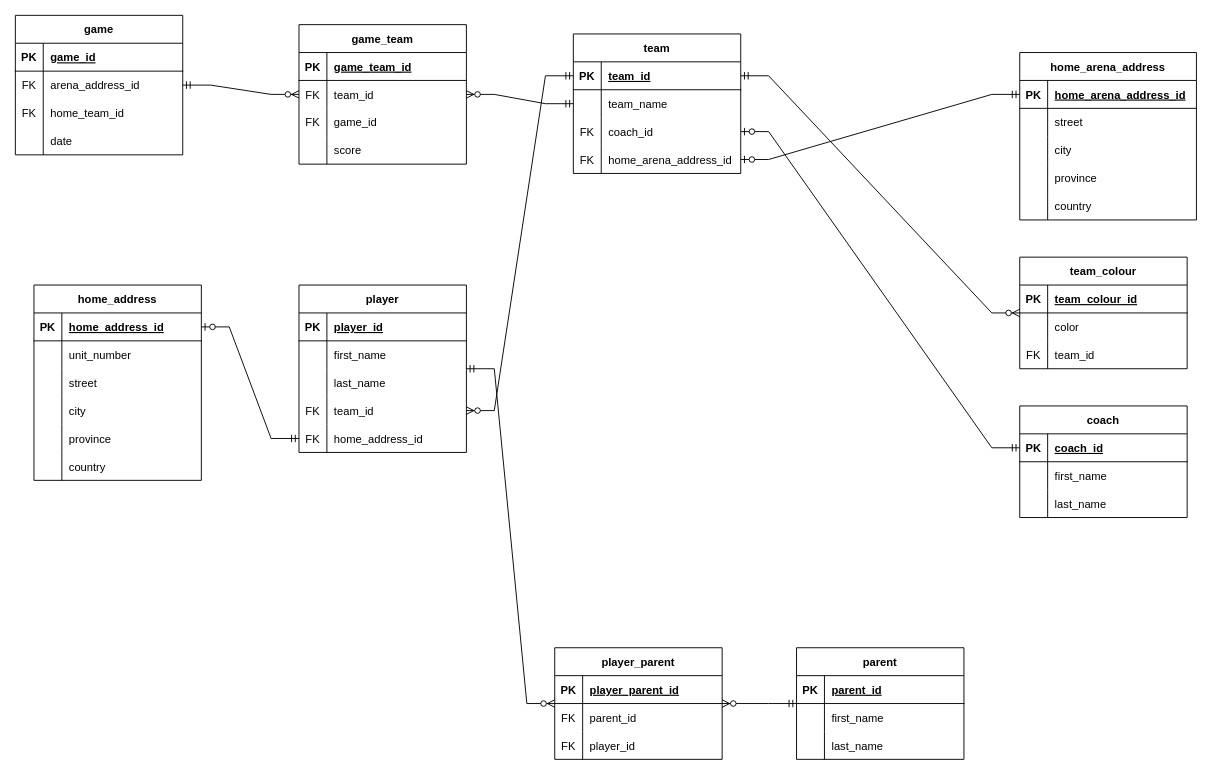
iliaamiri/comp-2350-web-database-draw.io keeps this draw.io diagram as week 4/Hockey_database_Good_Design.drawio. Above is the earlier version. Source tidied: cells renumbered, new cells numbered last; positions are measured from the earlier drawing's top-left corner, leaving out a move shared by most shapes. Both pictures are drawn from the tidied source at 93%, with x=0, y=0 at pixel (15, 15).
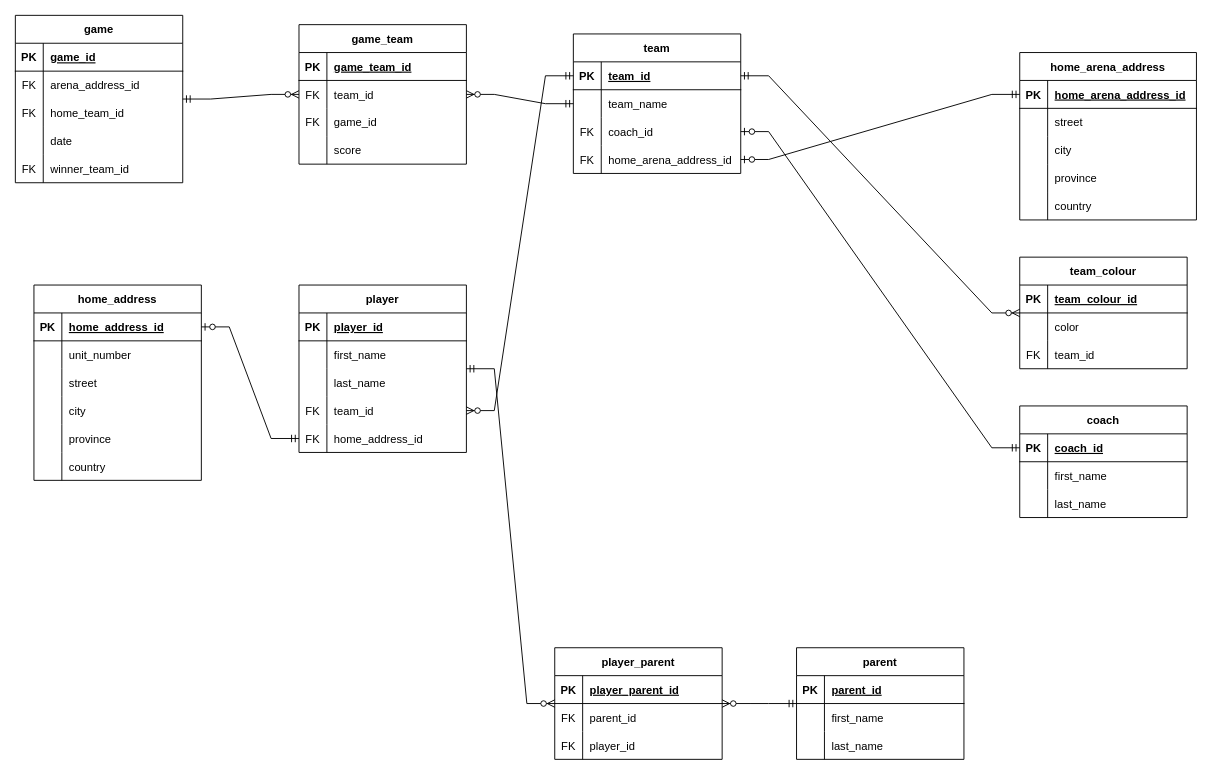
After the change.

Change to the diagram source:
```diff
@@
     <mxCell id="110" value="game" style="shape=table;startSize=30;childLayout=tableLayout;rowLines=0;fontStyle=1;align=center;" parent="1" vertex="1">
-      <mxGeometry width="180" height="150" as="geometry" />
+      <mxGeometry width="180" height="180" as="geometry" />
     </mxCell>
@@
+    <mxCell id="141" style="shape=tableRow;horizontal=0;startSize=0;swimlaneHead=0;swimlaneBody=0;fillColor=none;top=0;left=0;right=0;bottom=0;" parent="110" vertex="1">
+      <mxGeometry y="150" width="180" height="30" as="geometry" />
+    </mxCell>
+    <mxCell id="142" value="FK" style="shape=partialRectangle;fillColor=none;top=0;left=0;bottom=0;right=0;overflow=hidden;" parent="141" vertex="1">
+      <mxGeometry width="30" height="30" as="geometry" />
+    </mxCell>
+    <mxCell id="143" value="winner_team_id" style="shape=partialRectangle;fillColor=none;top=0;left=0;bottom=0;right=0;align=left;spacingLeft=6;overflow=hidden;" parent="141" vertex="1">
+      <mxGeometry x="30" width="150" height="30" as="geometry" />
+    </mxCell>
```
